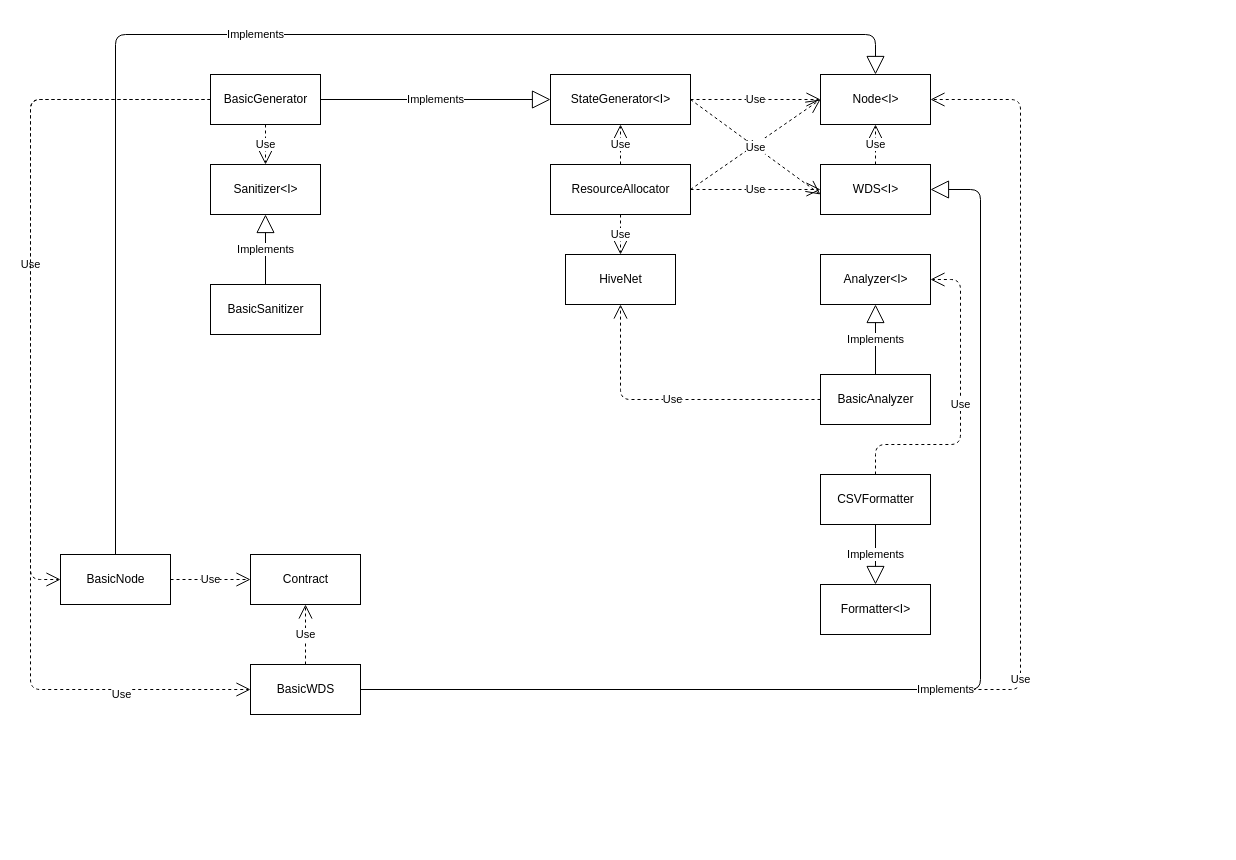
Earlier version of the draw.io diagram page "Page-2" (2 of 3) of specs/DesignSpecs.drawio (arstevens/hive-sim). Source tidied: cells renumbered, new cells numbered last; positions are measured from the earlier drawing's top-left corner, leaving out a move shared by most shapes. Both pictures are drawn from the tidied source at 100%, with x=0, y=0 at pixel (30, 34).
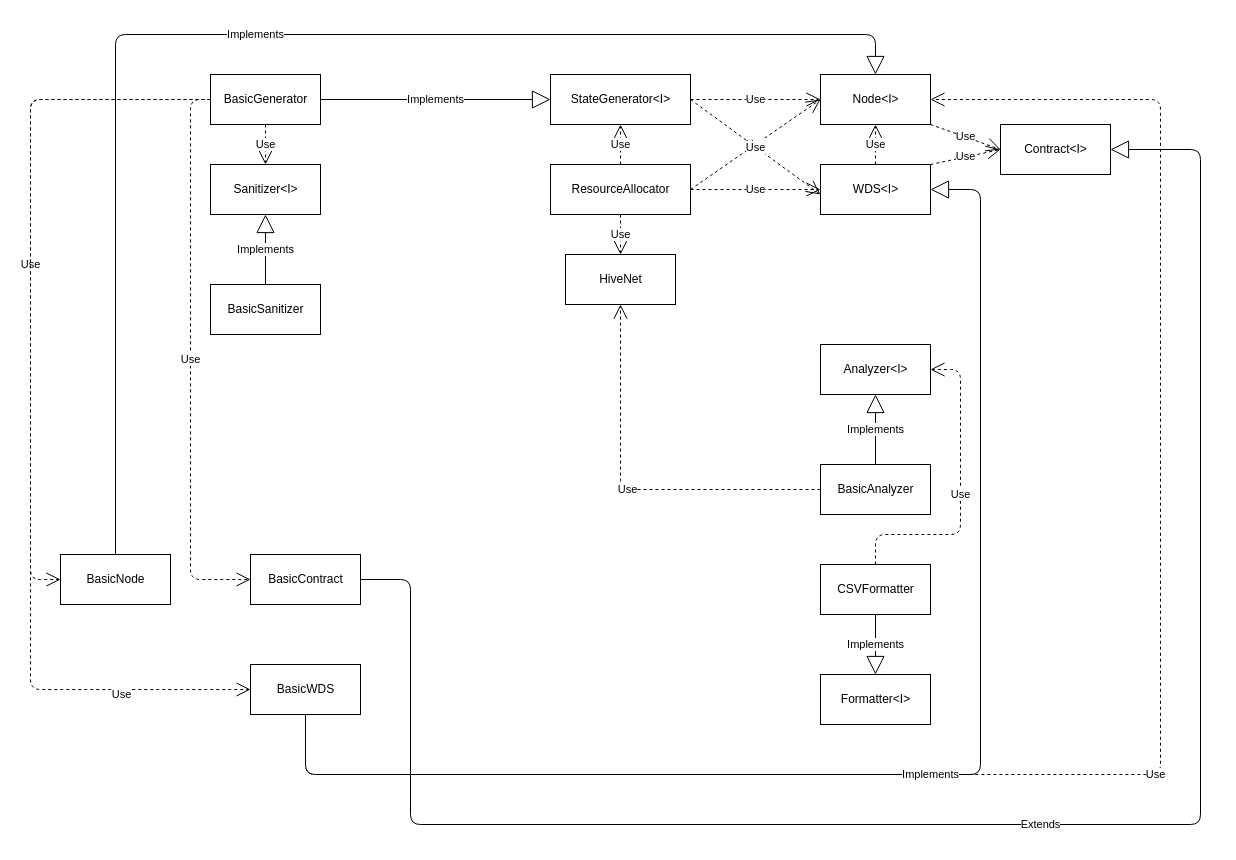
After the change.

Unchanged cells that the change refers to:
```xml
<mxCell id="3" value="BasicGenerator" style="html=1;" parent="1" vertex="1">
  <mxGeometry x="180" y="40" width="110" height="50" as="geometry" />
</mxCell>
<mxCell id="8" value="WDS&amp;lt;I&amp;gt;" style="html=1;" parent="1" vertex="1">
  <mxGeometry x="790" y="130" width="110" height="50" as="geometry" />
</mxCell>
<mxCell id="9" value="Node&amp;lt;I&amp;gt;" style="html=1;" parent="1" vertex="1">
  <mxGeometry x="790" y="40" width="110" height="50" as="geometry" />
</mxCell>
<mxCell id="14" value="BasicWDS" style="html=1;" parent="1" vertex="1">
  <mxGeometry x="220" y="630" width="110" height="50" as="geometry" />
</mxCell>
<mxCell id="15" value="BasicNode" style="html=1;" parent="1" vertex="1">
  <mxGeometry x="30" y="520" width="110" height="50" as="geometry" />
</mxCell>
```

Diff of the diagram source:
```diff
@@
     <mxCell id="10" value="BasicAnalyzer" style="html=1;" parent="1" vertex="1">
-      <mxGeometry x="790" y="340" width="110" height="50" as="geometry" />
+      <mxGeometry x="790" y="430" width="110" height="50" as="geometry" />
     </mxCell>
     <mxCell id="11" value="Analyzer&amp;lt;I&amp;gt;" style="html=1;" parent="1" vertex="1">
-      <mxGeometry x="790" y="220" width="110" height="50" as="geometry" />
+      <mxGeometry x="790" y="310" width="110" height="50" as="geometry" />
     </mxCell>
     <mxCell id="12" value="CSVFormatter" style="html=1;" parent="1" vertex="1">
-      <mxGeometry x="790" y="440" width="110" height="50" as="geometry" />
+      <mxGeometry x="790" y="530" width="110" height="50" as="geometry" />
     </mxCell>
     <mxCell id="13" value="Formatter&amp;lt;I&amp;gt;" style="html=1;" parent="1" vertex="1">
-      <mxGeometry x="790" y="550" width="110" height="50" as="geometry" />
+      <mxGeometry x="790" y="640" width="110" height="50" as="geometry" />
     </mxCell>
@@
-    <mxCell id="27" value="Use" style="endArrow=open;endSize=12;dashed=1;html=1;exitX=1;exitY=0.5;exitDx=0;exitDy=0;entryX=1;entryY=0.5;entryDx=0;entryDy=0;edgeStyle=orthogonalEdgeStyle;" parent="1" edge="1" source="14" target="9">
+    <mxCell id="27" value="Use" style="endArrow=open;endSize=12;dashed=1;html=1;exitX=0.5;exitY=1;exitDx=0;exitDy=0;entryX=1;entryY=0.5;entryDx=0;entryDy=0;edgeStyle=orthogonalEdgeStyle;" parent="1" edge="1" source="14" target="9">
       <mxGeometry relative="1" as="geometry">
         <Array as="points">
-          <mxPoint x="990" y="655" />
-          <mxPoint x="990" y="65" />
+          <mxPoint x="275" y="740" />
+          <mxPoint x="1130" y="740" />
+          <mxPoint x="1130" y="65" />
         </Array>
       </mxGeometry>
     </mxCell>
@@
-    <mxCell id="29" value="&lt;div&gt;Implements&lt;/div&gt;" style="endArrow=block;endSize=16;endFill=0;html=1;exitX=1;exitY=0.5;exitDx=0;exitDy=0;entryX=1;entryY=0.5;entryDx=0;entryDy=0;edgeStyle=orthogonalEdgeStyle;" parent="1" edge="1" source="14" target="8">
+    <mxCell id="29" value="&lt;div&gt;Implements&lt;/div&gt;" style="endArrow=block;endSize=16;endFill=0;html=1;exitX=0.5;exitY=1;exitDx=0;exitDy=0;entryX=1;entryY=0.5;entryDx=0;entryDy=0;edgeStyle=orthogonalEdgeStyle;" parent="1" edge="1" source="14" target="8">
       <mxGeometry relative="1" as="geometry">
         <Array as="points">
-          <mxPoint x="950" y="655" />
+          <mxPoint x="275" y="740" />
+          <mxPoint x="950" y="740" />
           <mxPoint x="950" y="155" />
         </Array>
       </mxGeometry>
     </mxCell>
@@
     <mxCell id="31" value="Use" style="endArrow=open;endSize=12;dashed=1;html=1;exitX=0.5;exitY=0;exitDx=0;exitDy=0;entryX=1;entryY=0.5;entryDx=0;entryDy=0;edgeStyle=orthogonalEdgeStyle;" parent="1" edge="1" source="12" target="11">
       <mxGeometry relative="1" as="geometry">
         <Array as="points">
-          <mxPoint x="845" y="410" />
-          <mxPoint x="930" y="410" />
-          <mxPoint x="930" y="245" />
+          <mxPoint x="845" y="500" />
+          <mxPoint x="930" y="500" />
+          <mxPoint x="930" y="335" />
         </Array>
       </mxGeometry>
     </mxCell>
@@
-    <mxCell id="35" value="Contract" style="html=1;" parent="1" vertex="1">
+    <mxCell id="35" value="BasicContract" style="html=1;" parent="1" vertex="1">
       <mxGeometry x="220" y="520" width="110" height="50" as="geometry" />
     </mxCell>
-    <mxCell id="36" value="Use" style="endArrow=open;endSize=12;dashed=1;html=1;exitX=1;exitY=0.5;exitDx=0;exitDy=0;entryX=0;entryY=0.5;entryDx=0;entryDy=0;" parent="1" edge="1" source="15" target="35">
-      <mxGeometry relative="1" as="geometry" />
-    </mxCell>
-    <mxCell id="37" value="Use" style="endArrow=open;endSize=12;dashed=1;html=1;exitX=0.5;exitY=0;exitDx=0;exitDy=0;entryX=0.5;entryY=1;entryDx=0;entryDy=0;" parent="1" edge="1" source="14" target="35">
-      <mxGeometry relative="1" as="geometry" />
-    </mxCell>
+    <mxCell id="38" value="Contract&amp;lt;I&amp;gt;" style="html=1;" parent="1" vertex="1">
+      <mxGeometry x="970" y="90" width="110" height="50" as="geometry" />
+    </mxCell>
+    <mxCell id="39" value="Use" style="endArrow=open;endSize=12;dashed=1;html=1;exitX=1;exitY=0;exitDx=0;exitDy=0;entryX=0;entryY=0.5;entryDx=0;entryDy=0;" parent="1" edge="1" source="8" target="38">
+      <mxGeometry relative="1" as="geometry" />
+    </mxCell>
+    <mxCell id="40" value="Use" style="endArrow=open;endSize=12;dashed=1;html=1;exitX=1;exitY=1;exitDx=0;exitDy=0;entryX=0;entryY=0.5;entryDx=0;entryDy=0;" parent="1" edge="1" source="9" target="38">
+      <mxGeometry relative="1" as="geometry" />
+    </mxCell>
+    <mxCell id="41" value="Extends" style="endArrow=block;endSize=16;endFill=0;html=1;exitX=1;exitY=0.5;exitDx=0;exitDy=0;entryX=1;entryY=0.5;entryDx=0;entryDy=0;edgeStyle=orthogonalEdgeStyle;" parent="1" edge="1" source="35" target="38">
+      <mxGeometry relative="1" as="geometry">
+        <Array as="points">
+          <mxPoint x="380" y="545" />
+          <mxPoint x="380" y="790" />
+          <mxPoint x="1170" y="790" />
+          <mxPoint x="1170" y="115" />
+        </Array>
+      </mxGeometry>
+    </mxCell>
+    <mxCell id="42" value="Use" style="endArrow=open;endSize=12;dashed=1;html=1;exitX=0;exitY=0.5;exitDx=0;exitDy=0;entryX=0;entryY=0.5;entryDx=0;entryDy=0;edgeStyle=orthogonalEdgeStyle;" parent="1" edge="1" source="3" target="35">
+      <mxGeometry relative="1" as="geometry">
+        <Array as="points">
+          <mxPoint x="160" y="65" />
+          <mxPoint x="160" y="545" />
+        </Array>
+      </mxGeometry>
+    </mxCell>
```
